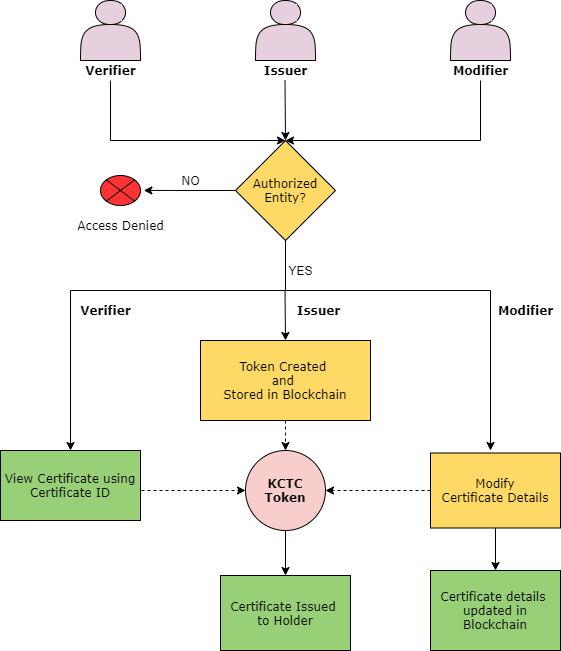
Kumaraguru-College-of-Tech/Tokenization keeps this draw.io diagram as UI/images/certificate-usecase.png. Above is the earlier version. Source tidied: cells renumbered, new cells last; positions are measured from the earlier drawing's top-left corner, leaving out a move shared by most shapes.
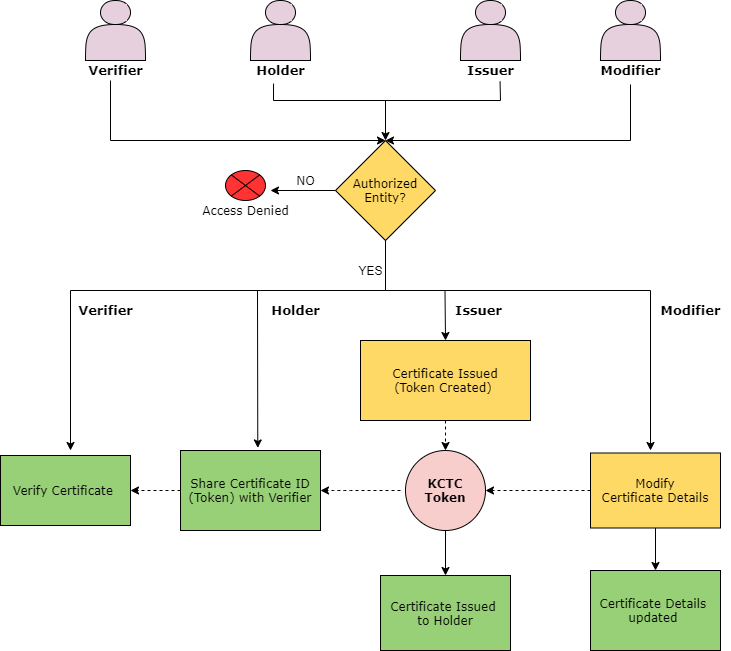
After the commit.

The edit, as a diff of the source:
```diff
@@ -2,26 +2,21 @@
   <root>
     <mxCell id="0" />
     <mxCell id="1" parent="0" />
-    <mxCell id="2" style="endArrow=classic;html=1;entryX=0.5;entryY=0;entryDx=0;entryDy=0;" parent="1" edge="1" target="5">
-      <mxGeometry relative="1" as="geometry">
-        <mxPoint x="284.5" y="80" as="sourcePoint" />
-      </mxGeometry>
-    </mxCell>
-    <mxCell id="3" value="&lt;font face=&quot;Verdana&quot;&gt;View Certificate using Certificate ID&lt;/font&gt;" style="rounded=0;whiteSpace=wrap;html=1;fillColor=#97D077;" parent="1" vertex="1">
-      <mxGeometry y="450" width="140" height="70" as="geometry" />
+    <mxCell id="3" value="&lt;font face=&quot;Verdana&quot;&gt;Verify Certificate&amp;nbsp;&lt;/font&gt;" style="rounded=0;whiteSpace=wrap;html=1;fillColor=#97D077;" parent="1" vertex="1">
+      <mxGeometry x="-160" y="455" width="130" height="70" as="geometry" />
     </mxCell>
     <mxCell id="4" style="verticalLabelPosition=bottom;verticalAlign=top;html=1;shape=mxgraph.flowchart.or;fillColor=#FF3333;" parent="1" vertex="1">
-      <mxGeometry x="100" y="175" width="40" height="30" as="geometry" />
+      <mxGeometry x="65" y="170" width="40" height="30" as="geometry" />
     </mxCell>
     <mxCell id="5" value="&lt;font face=&quot;Verdana&quot;&gt;Authorized Entity?&lt;/font&gt;" style="rhombus;whiteSpace=wrap;html=1;fillColor=#FFD966;" parent="1" vertex="1">
-      <mxGeometry x="235" y="140" width="100" height="100" as="geometry" />
+      <mxGeometry x="175" y="140" width="100" height="100" as="geometry" />
     </mxCell>
-    <mxCell id="6" style="endArrow=classic;html=1;exitX=0;exitY=0.5;exitDx=0;exitDy=0;entryX=0.111;entryY=-0.003;entryDx=0;entryDy=0;entryPerimeter=0;" parent="1" edge="1" source="5">
+    <mxCell id="6" style="endArrow=classic;html=1;exitX=0;exitY=0.5;exitDx=0;exitDy=0;" parent="1" edge="1" source="5">
       <mxGeometry relative="1" as="geometry">
-        <mxPoint x="143.3" y="189.9" as="targetPoint" />
+        <mxPoint x="110" y="190" as="targetPoint" />
       </mxGeometry>
     </mxCell>
-    <mxCell id="7" value="&lt;font face=&quot;Verdana&quot;&gt;Token Created&amp;nbsp;&lt;br&gt;and&amp;nbsp;&lt;br&gt;Stored in Blockchain&lt;br&gt;&lt;/font&gt;" style="rounded=0;whiteSpace=wrap;html=1;fillColor=#FFD966;" parent="1" vertex="1">
+    <mxCell id="7" value="&lt;font face=&quot;Verdana&quot;&gt;Certificate Issued&lt;br&gt;(Token Created)&amp;nbsp;&lt;br&gt;&lt;/font&gt;" style="rounded=0;whiteSpace=wrap;html=1;fillColor=#FFD966;" parent="1" vertex="1">
       <mxGeometry x="200" y="340" width="170" height="80" as="geometry" />
     </mxCell>
     <mxCell id="8" style="edgeStyle=orthogonalEdgeStyle;rounded=0;jettySize=auto;html=1;" parent="1" edge="1" source="9" target="31">
@@ -30,63 +25,66 @@
     <mxCell id="9" value="&lt;font face=&quot;Verdana&quot;&gt;Modify Certificate&amp;nbsp;Details&lt;/font&gt;" style="rounded=0;whiteSpace=wrap;html=1;fillColor=#FFD966;" parent="1" vertex="1">
       <mxGeometry x="430" y="452.5" width="130" height="75" as="geometry" />
     </mxCell>
-    <mxCell id="10" style="edgeStyle=orthogonalEdgeStyle;rounded=0;jettySize=auto;html=1;exitX=0.5;exitY=1;exitDx=0;exitDy=0;entryX=0.5;entryY=0;entryDx=0;entryDy=0;" parent="1" edge="1" source="5" target="3">
+    <mxCell id="10" style="edgeStyle=orthogonalEdgeStyle;rounded=0;jettySize=auto;html=1;exitX=0.5;exitY=1;exitDx=0;exitDy=0;" parent="1" edge="1" source="5">
       <mxGeometry relative="1" as="geometry">
+        <mxPoint x="-90" y="450" as="targetPoint" />
         <Array as="points">
-          <mxPoint x="285" y="290" />
-          <mxPoint x="70" y="290" />
+          <mxPoint x="225" y="290" />
+          <mxPoint x="-90" y="290" />
         </Array>
       </mxGeometry>
     </mxCell>
     <mxCell id="11" value="&lt;font face=&quot;Verdana&quot;&gt;Access Denied&lt;/font&gt;" style="text;html=1;align=center;verticalAlign=middle;" parent="1" vertex="1">
-      <mxGeometry x="70" y="215" width="100" height="20" as="geometry" />
+      <mxGeometry x="35" y="200" width="100" height="20" as="geometry" />
     </mxCell>
     <mxCell id="12" style="shape=actor;whiteSpace=wrap;html=1;fillColor=#E6D0DE;" parent="1" vertex="1">
-      <mxGeometry x="80" width="60" height="60" as="geometry" />
+      <mxGeometry x="90" width="60" height="60" as="geometry" />
     </mxCell>
     <mxCell id="13" style="edgeStyle=orthogonalEdgeStyle;rounded=0;jettySize=auto;html=1;exitX=0.5;exitY=1;exitDx=0;exitDy=0;" parent="1" edge="1" source="5">
       <mxGeometry relative="1" as="geometry">
         <mxPoint x="490" y="450" as="targetPoint" />
         <Array as="points">
-          <mxPoint x="285" y="290" />
+          <mxPoint x="225" y="290" />
           <mxPoint x="490" y="290" />
         </Array>
       </mxGeometry>
     </mxCell>
-    <mxCell id="14" value="&lt;font face=&quot;Verdana&quot;&gt;&lt;b&gt;Issuer&lt;/b&gt;&lt;/font&gt;" style="text;html=1;align=center;verticalAlign=middle;points=[];" parent="1" vertex="1">
-      <mxGeometry x="255" y="60" width="60" height="20" as="geometry" />
+    <mxCell id="14" value="&lt;font face=&quot;Verdana&quot; size=&quot;1&quot;&gt;&lt;b style=&quot;font-size: 13px&quot;&gt;Issuer&lt;/b&gt;&lt;/font&gt;" style="text;html=1;align=center;verticalAlign=middle;points=[];" parent="1" vertex="1">
+      <mxGeometry x="300" y="60" width="60" height="20" as="geometry" />
     </mxCell>
-    <mxCell id="15" style="edgeStyle=orthogonalEdgeStyle;rounded=0;jettySize=auto;html=1;entryX=0.5;entryY=0;entryDx=0;entryDy=0;" parent="1" edge="1" source="16" target="5">
+    <mxCell id="15" style="edgeStyle=orthogonalEdgeStyle;rounded=0;jettySize=auto;html=1;entryX=0.5;entryY=0;entryDx=0;entryDy=0;" parent="1" edge="1" target="5">
       <mxGeometry relative="1" as="geometry">
+        <mxPoint x="470" y="84" as="sourcePoint" />
         <Array as="points">
-          <mxPoint x="480" y="140" />
+          <mxPoint x="470" y="140" />
         </Array>
       </mxGeometry>
     </mxCell>
-    <mxCell id="16" value="&lt;font face=&quot;Verdana&quot;&gt;&lt;b&gt;Modifier&lt;/b&gt;&lt;/font&gt;" style="text;html=1;align=center;verticalAlign=middle;points=[];" parent="1" vertex="1">
-      <mxGeometry x="445" y="60" width="70" height="20" as="geometry" />
+    <mxCell id="16" value="&lt;font face=&quot;Verdana&quot; size=&quot;1&quot;&gt;&lt;b style=&quot;font-size: 13px&quot;&gt;Modifier&lt;/b&gt;&lt;/font&gt;" style="text;html=1;align=center;verticalAlign=middle;points=[];" parent="1" vertex="1">
+      <mxGeometry x="430" y="60" width="80" height="20" as="geometry" />
     </mxCell>
-    <mxCell id="17" style="edgeStyle=orthogonalEdgeStyle;rounded=0;jettySize=auto;html=1;entryX=0.5;entryY=0;entryDx=0;entryDy=0;" parent="1" edge="1" source="18" target="5">
+    <mxCell id="17" style="edgeStyle=orthogonalEdgeStyle;rounded=0;jettySize=auto;html=1;entryX=0.5;entryY=0;entryDx=0;entryDy=0;" parent="1" edge="1" target="5">
       <mxGeometry relative="1" as="geometry">
+        <mxPoint x="-50" y="80" as="sourcePoint" />
         <Array as="points">
-          <mxPoint x="110" y="140" />
+          <mxPoint x="-50" y="140" />
         </Array>
       </mxGeometry>
     </mxCell>
-    <mxCell id="18" value="&lt;font face=&quot;Verdana&quot;&gt;&lt;b&gt;Verifier&lt;/b&gt;&lt;/font&gt;" style="text;html=1;align=center;verticalAlign=middle;points=[];" parent="1" vertex="1">
-      <mxGeometry x="75" y="60" width="70" height="20" as="geometry" />
+    <mxCell id="18" value="&lt;font face=&quot;Verdana&quot; size=&quot;1&quot;&gt;&lt;b style=&quot;font-size: 13px&quot;&gt;Verifier&lt;/b&gt;&lt;/font&gt;" style="text;html=1;align=center;verticalAlign=middle;points=[];" parent="1" vertex="1">
+      <mxGeometry x="-80" y="60" width="70" height="20" as="geometry" />
     </mxCell>
     <mxCell id="19" style="shape=actor;whiteSpace=wrap;html=1;fillColor=#E6D0DE;" parent="1" vertex="1">
-      <mxGeometry x="450" width="60" height="60" as="geometry" />
+      <mxGeometry x="440" width="60" height="60" as="geometry" />
     </mxCell>
     <mxCell id="20" style="shape=actor;whiteSpace=wrap;html=1;fillColor=#E6D0DE;" parent="1" vertex="1">
-      <mxGeometry x="255" width="60" height="60" as="geometry" />
+      <mxGeometry x="300" width="60" height="60" as="geometry" />
     </mxCell>
     <mxCell id="21" value="&lt;font face=&quot;Verdana&quot;&gt;NO&lt;/font&gt;" style="text;html=1;align=center;verticalAlign=middle;" parent="1" vertex="1">
-      <mxGeometry x="175" y="170" width="30" height="20" as="geometry" />
+      <mxGeometry x="130" y="170" width="30" height="20" as="geometry" />
     </mxCell>
     <mxCell id="22" value="YES" style="text;html=1;align=center;verticalAlign=middle;" parent="1" vertex="1">
-      <mxGeometry x="280" y="260" width="40" height="20" as="geometry" />
+      <mxGeometry x="190" y="260" width="40" height="20" as="geometry" />
     </mxCell>
     <mxCell id="23" style="endArrow=classic;html=1;" parent="1" edge="1">
       <mxGeometry relative="1" as="geometry">
@@ -94,14 +92,14 @@
         <mxPoint x="285" y="340" as="targetPoint" />
       </mxGeometry>
     </mxCell>
-    <mxCell id="24" value="&lt;font face=&quot;Verdana&quot;&gt;&lt;b&gt;Verifier&lt;/b&gt;&lt;/font&gt;" style="text;html=1;align=center;verticalAlign=middle;" parent="1" vertex="1">
-      <mxGeometry x="70" y="300" width="70" height="20" as="geometry" />
+    <mxCell id="24" value="&lt;font face=&quot;Verdana&quot; size=&quot;1&quot;&gt;&lt;b style=&quot;font-size: 13px&quot;&gt;Verifier&lt;/b&gt;&lt;/font&gt;" style="text;html=1;align=center;verticalAlign=middle;" parent="1" vertex="1">
+      <mxGeometry x="-90" y="300" width="70" height="20" as="geometry" />
     </mxCell>
-    <mxCell id="25" value="&lt;font face=&quot;Verdana&quot;&gt;&lt;b&gt;Issuer&lt;/b&gt;&lt;/font&gt;" style="text;html=1;align=center;verticalAlign=middle;" parent="1" vertex="1">
+    <mxCell id="25" value="&lt;font face=&quot;Verdana&quot; size=&quot;1&quot;&gt;&lt;b style=&quot;font-size: 13px&quot;&gt;Issuer&lt;/b&gt;&lt;/font&gt;" style="text;html=1;align=center;verticalAlign=middle;" parent="1" vertex="1">
       <mxGeometry x="287.5" y="300" width="60" height="20" as="geometry" />
     </mxCell>
-    <mxCell id="26" value="&lt;font face=&quot;Verdana&quot;&gt;&lt;b&gt;Modifier&lt;/b&gt;&lt;/font&gt;" style="text;html=1;align=center;verticalAlign=middle;" parent="1" vertex="1">
-      <mxGeometry x="490" y="300" width="70" height="20" as="geometry" />
+    <mxCell id="26" value="&lt;font face=&quot;Verdana&quot; size=&quot;1&quot;&gt;&lt;b style=&quot;font-size: 13px&quot;&gt;Modifier&lt;/b&gt;&lt;/font&gt;" style="text;html=1;align=center;verticalAlign=middle;" parent="1" vertex="1">
+      <mxGeometry x="490" y="300" width="80" height="20" as="geometry" />
     </mxCell>
     <mxCell id="27" style="endArrow=classic;html=1;exitX=0.5;exitY=1;exitDx=0;exitDy=0;dashed=1;" parent="1" edge="1" source="7">
       <mxGeometry relative="1" as="geometry">
@@ -117,12 +115,12 @@
     <mxCell id="30" value="&lt;font face=&quot;Verdana&quot;&gt;&lt;b&gt;KCTC&lt;br&gt;Token&lt;/b&gt;&lt;/font&gt;" style="ellipse;whiteSpace=wrap;html=1;fillColor=#F8CECC;" parent="1" vertex="1">
       <mxGeometry x="245" y="450" width="80" height="80" as="geometry" />
     </mxCell>
-    <mxCell id="31" value="&lt;font face=&quot;Verdana&quot;&gt;Certificate details &lt;br&gt;updated in Blockchain&lt;/font&gt;" style="rounded=0;whiteSpace=wrap;html=1;fillColor=#97D077;" parent="1" vertex="1">
+    <mxCell id="31" value="&lt;font face=&quot;Verdana&quot;&gt;Certificate Details &lt;br&gt;updated&amp;nbsp;&lt;/font&gt;" style="rounded=0;whiteSpace=wrap;html=1;fillColor=#97D077;" parent="1" vertex="1">
       <mxGeometry x="430" y="570" width="130" height="80" as="geometry" />
     </mxCell>
-    <mxCell id="32" style="endArrow=classic;html=1;dashed=1;entryX=0;entryY=0.5;entryDx=0;entryDy=0;" parent="1" edge="1" target="30">
+    <mxCell id="32" style="endArrow=classic;html=1;dashed=1;entryX=1;entryY=0.5;entryDx=0;entryDy=0;" parent="1" edge="1" target="38">
       <mxGeometry relative="1" as="geometry">
-        <mxPoint x="141" y="490" as="sourcePoint" />
+        <mxPoint x="240" y="490" as="sourcePoint" />
         <Array as="points">
           <mxPoint x="180" y="490" />
         </Array>
@@ -131,5 +129,45 @@
     <mxCell id="33" value="&lt;font face=&quot;Verdana&quot;&gt;Certificate Issued &lt;br&gt;to Holder&lt;/font&gt;" style="rounded=0;whiteSpace=wrap;html=1;fillColor=#97D077;" parent="1" vertex="1">
       <mxGeometry x="220" y="575" width="130" height="75" as="geometry" />
     </mxCell>
+    <mxCell id="34" style="shape=actor;whiteSpace=wrap;html=1;fillColor=#E6D0DE;" parent="1" vertex="1">
+      <mxGeometry x="-75" width="60" height="60" as="geometry" />
+    </mxCell>
+    <mxCell id="35" value="&lt;b&gt;&lt;font face=&quot;Verdana&quot; style=&quot;font-size: 13px&quot;&gt;Holder&lt;/font&gt;&lt;/b&gt;" style="text;html=1;align=center;verticalAlign=middle;points=[];" parent="1" vertex="1">
+      <mxGeometry x="90" y="60" width="60" height="20" as="geometry" />
+    </mxCell>
+    <mxCell id="36" style="endArrow=classic;html=1;entryX=0.552;entryY=-0.032;entryDx=0;entryDy=0;entryPerimeter=0;" parent="1" edge="1" target="38">
+      <mxGeometry relative="1" as="geometry">
+        <mxPoint x="97" y="290" as="sourcePoint" />
+      </mxGeometry>
+    </mxCell>
+    <mxCell id="37" style="edgeStyle=orthogonalEdgeStyle;rounded=0;jettySize=auto;html=1;dashed=1;" parent="1" edge="1" source="38" target="3">
+      <mxGeometry relative="1" as="geometry" />
+    </mxCell>
+    <mxCell id="38" value="&lt;font face=&quot;Verdana&quot;&gt;Share Certificate ID&lt;br&gt;(Token) with Verifier&lt;br&gt;&lt;/font&gt;" style="rounded=0;whiteSpace=wrap;html=1;fillColor=#97D077;" parent="1" vertex="1">
+      <mxGeometry x="20" y="450" width="140" height="80" as="geometry" />
+    </mxCell>
+    <mxCell id="39" value="&lt;font face=&quot;Verdana&quot; size=&quot;1&quot;&gt;&lt;b style=&quot;font-size: 13px&quot;&gt;Holder&lt;/b&gt;&lt;/font&gt;" style="text;html=1;align=center;verticalAlign=middle;" parent="1" vertex="1">
+      <mxGeometry x="105" y="300" width="60" height="20" as="geometry" />
+    </mxCell>
+    <mxCell id="40" style="edgeStyle=orthogonalEdgeStyle;rounded=0;jettySize=auto;html=1;exitX=0.384;exitY=1.155;exitDx=0;exitDy=0;exitPerimeter=0;" parent="1" edge="1" source="35">
+      <mxGeometry relative="1" as="geometry">
+        <mxPoint x="225" y="140" as="targetPoint" />
+        <Array as="points">
+          <mxPoint x="113" y="100" />
+          <mxPoint x="225" y="100" />
+        </Array>
+      </mxGeometry>
+    </mxCell>
+    <mxCell id="41" style="endArrow=none;html=1;" parent="1" edge="1">
+      <mxGeometry relative="1" as="geometry">
+        <mxPoint x="340" y="100" as="sourcePoint" />
+        <mxPoint x="220" y="100" as="targetPoint" />
+      </mxGeometry>
+    </mxCell>
+    <mxCell id="42" style="endArrow=none;html=1;entryX=0.659;entryY=1.048;entryDx=0;entryDy=0;entryPerimeter=0;" parent="1" edge="1" target="14">
+      <mxGeometry relative="1" as="geometry">
+        <mxPoint x="340" y="100" as="sourcePoint" />
+      </mxGeometry>
+    </mxCell>
   </root>
 </mxGraphModel>
```
